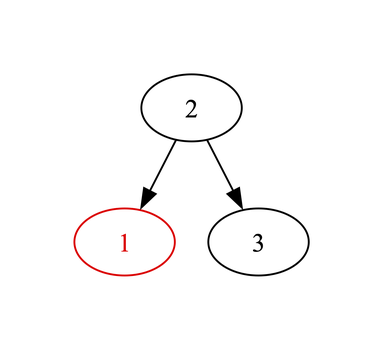
This is Fw/DataStructures/docs/diagrams/Red-Black-Trees/invalid-paths.png from nasa/fprime, a Graphviz export, as it was before one commit. Its source is kept beside it as Fw/DataStructures/docs/diagrams/Red-Black-Trees/invalid-paths.dot. Its diagram source:
```dot
digraph {

  2 -> 1
  2 -> 3

  1 [color="red",fontcolor="red"]
  2
  3

}
```
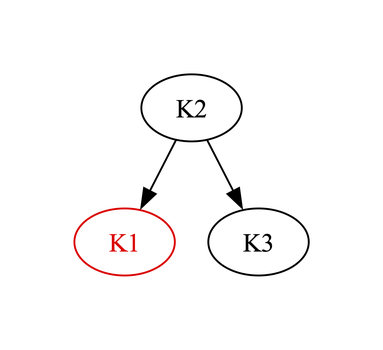
The same diagram one commit later.

Change to the diagram source:
```diff
@@ -1,10 +1,10 @@
 digraph {
 
-  2 -> 1
-  2 -> 3
+  K2 -> K1
+  K2 -> K3
 
-  1 [color="red",fontcolor="red"]
-  2
-  3
+  K1 [color="red",fontcolor="red"]
+  K2
+  K3
 
 }
```
